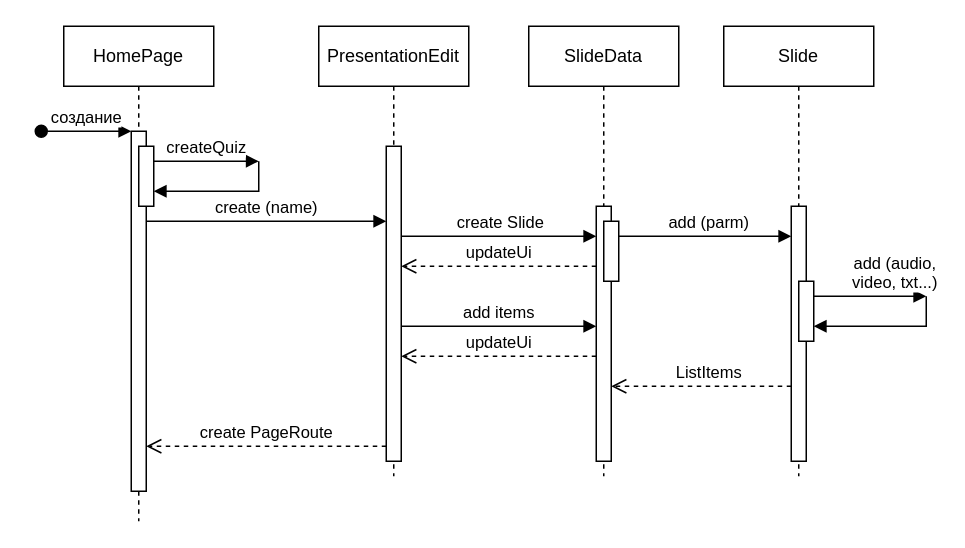
This is диаграмма последовательности_2.drawio from Pib0di/diagramms, a draw.io file, before an edit. Source tidied: cells renumbered, new cells numbered last; positions are measured from the earlier drawing's top-left corner, leaving out a move shared by most shapes. Both pictures are drawn from the tidied source at 150%, with x=0, y=0 at pixel (40, 26).
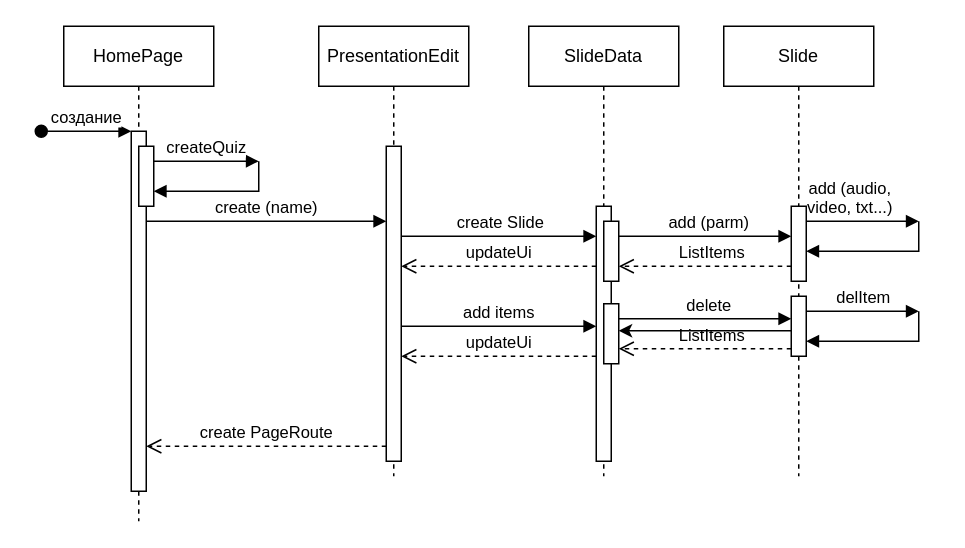
The same diagram, later.

The change refers to these unchanged cells:
```xml
<mxCell id="12" value="SlideData" style="shape=umlLifeline;perimeter=lifelinePerimeter;whiteSpace=wrap;html=1;newEdgeStyle={&quot;edgeStyle&quot;:&quot;elbowEdgeStyle&quot;,&quot;elbow&quot;:&quot;vertical&quot;,&quot;curved&quot;:0,&quot;rounded&quot;:0};" parent="1" vertex="1">
  <mxGeometry x="325" width="100" height="300" as="geometry" />
</mxCell>
<mxCell id="13" style="html=1;points=[];perimeter=orthogonalPerimeter;outlineConnect=0;targetShapes=umlLifeline;portConstraint=eastwest;newEdgeStyle={&quot;edgeStyle&quot;:&quot;elbowEdgeStyle&quot;,&quot;elbow&quot;:&quot;vertical&quot;,&quot;curved&quot;:0,&quot;rounded&quot;:0};" parent="12" vertex="1">
  <mxGeometry x="45" y="120" width="10" height="170" as="geometry" />
</mxCell>
<mxCell id="18" value="Slide" style="shape=umlLifeline;perimeter=lifelinePerimeter;whiteSpace=wrap;html=1;newEdgeStyle={&quot;edgeStyle&quot;:&quot;elbowEdgeStyle&quot;,&quot;elbow&quot;:&quot;vertical&quot;,&quot;curved&quot;:0,&quot;rounded&quot;:0};" parent="1" vertex="1">
  <mxGeometry x="455" width="100" height="300" as="geometry" />
</mxCell>
```

The edit, as a diff of the source:
```diff
@@
+    <mxCell id="26" style="html=1;points=[];perimeter=orthogonalPerimeter;outlineConnect=0;targetShapes=umlLifeline;portConstraint=eastwest;newEdgeStyle={&quot;edgeStyle&quot;:&quot;elbowEdgeStyle&quot;,&quot;elbow&quot;:&quot;vertical&quot;,&quot;curved&quot;:0,&quot;rounded&quot;:0};" parent="12" vertex="1">
+      <mxGeometry x="50" y="185" width="10" height="40" as="geometry" />
+    </mxCell>
+    <mxCell id="27" value="delete" style="html=1;verticalAlign=bottom;endArrow=block;edgeStyle=elbowEdgeStyle;elbow=vertical;curved=0;rounded=0;strokeColor=default;" parent="12" edge="1" source="26">
+      <mxGeometry x="0.04" relative="1" as="geometry">
+        <mxPoint x="175" y="195" as="targetPoint" />
+        <Array as="points">
+          <mxPoint x="90" y="195" />
+          <mxPoint x="90" y="185" />
+          <mxPoint x="100" y="215" />
+          <mxPoint x="140" y="235" />
+          <mxPoint x="100" y="215" />
+          <mxPoint x="70" y="235" />
+        </Array>
+      </mxGeometry>
+    </mxCell>
+    <mxCell id="28" value="ListItems" style="html=1;verticalAlign=bottom;endArrow=open;dashed=1;endSize=8;edgeStyle=elbowEdgeStyle;elbow=vertical;curved=0;rounded=0;" parent="12" edge="1">
+      <mxGeometry x="-0.08" relative="1" as="geometry">
+        <mxPoint x="175" y="215" as="sourcePoint" />
+        <mxPoint x="60" y="215" as="targetPoint" />
+        <Array as="points">
+          <mxPoint x="160" y="215" />
+          <mxPoint x="100" y="265" />
+        </Array>
+      </mxGeometry>
+    </mxCell>
@@
     <mxCell id="19" style="html=1;points=[];perimeter=orthogonalPerimeter;outlineConnect=0;targetShapes=umlLifeline;portConstraint=eastwest;newEdgeStyle={&quot;edgeStyle&quot;:&quot;elbowEdgeStyle&quot;,&quot;elbow&quot;:&quot;vertical&quot;,&quot;curved&quot;:0,&quot;rounded&quot;:0};" parent="18" vertex="1">
-      <mxGeometry x="45" y="120" width="10" height="170" as="geometry" />
+      <mxGeometry x="45" y="120" width="10" height="50" as="geometry" />
     </mxCell>
     <mxCell id="20" style="html=1;points=[];perimeter=orthogonalPerimeter;outlineConnect=0;targetShapes=umlLifeline;portConstraint=eastwest;newEdgeStyle={&quot;edgeStyle&quot;:&quot;elbowEdgeStyle&quot;,&quot;elbow&quot;:&quot;vertical&quot;,&quot;curved&quot;:0,&quot;rounded&quot;:0};" parent="18" vertex="1">
-      <mxGeometry x="50" y="170" width="10" height="40" as="geometry" />
+      <mxGeometry x="45" y="180" width="10" height="40" as="geometry" />
     </mxCell>
-    <mxCell id="21" value="add (audio, &lt;br&gt;video, txt...)" style="html=1;verticalAlign=bottom;endArrow=block;edgeStyle=elbowEdgeStyle;elbow=vertical;curved=0;rounded=0;strokeColor=default;" parent="1" edge="1" source="20">
-      <mxGeometry x="0.43" relative="1" as="geometry">
-        <mxPoint x="590" y="180" as="targetPoint" />
+    <mxCell id="21" value="delItem" style="html=1;verticalAlign=bottom;endArrow=block;edgeStyle=elbowEdgeStyle;elbow=vertical;curved=0;rounded=0;strokeColor=default;" parent="1" edge="1" source="20">
+      <mxGeometry relative="1" as="geometry">
+        <mxPoint x="585" y="190" as="targetPoint" />
         <Array as="points">
+          <mxPoint x="525" y="190" />
           <mxPoint x="550" y="180" />
           <mxPoint x="550" y="170" />
           <mxPoint x="560" y="200" />
           <mxPoint x="600" y="220" />
           <mxPoint x="560" y="200" />
           <mxPoint x="530" y="220" />
         </Array>
       </mxGeometry>
     </mxCell>
     <mxCell id="22" style="html=1;verticalAlign=bottom;endArrow=block;edgeStyle=elbowEdgeStyle;elbow=vertical;curved=0;rounded=0;" parent="1" edge="1" target="20">
       <mxGeometry relative="1" as="geometry">
-        <mxPoint x="590" y="180" as="sourcePoint" />
+        <mxPoint x="585" y="190" as="sourcePoint" />
         <Array as="points">
+          <mxPoint x="525" y="210" />
           <mxPoint x="550" y="200" />
           <mxPoint x="560" y="190" />
           <mxPoint x="590" y="220" />
           <mxPoint x="570" y="210" />
           <mxPoint x="600" y="220" />
           <mxPoint x="570" y="210" />
           <mxPoint x="610" y="230" />
           <mxPoint x="570" y="210" />
           <mxPoint x="540" y="230" />
         </Array>
       </mxGeometry>
     </mxCell>
-    <mxCell id="23" value="ListItems" style="html=1;verticalAlign=bottom;endArrow=open;dashed=1;endSize=8;edgeStyle=elbowEdgeStyle;elbow=vertical;curved=0;rounded=0;" parent="1" edge="1" source="19" target="13">
+    <mxCell id="23" value="ListItems" style="html=1;verticalAlign=bottom;endArrow=open;dashed=1;endSize=8;edgeStyle=elbowEdgeStyle;elbow=vertical;curved=0;rounded=0;" parent="1" edge="1" source="19">
       <mxGeometry x="-0.08" relative="1" as="geometry">
+        <mxPoint x="385" y="160" as="targetPoint" />
         <Array as="points">
-          <mxPoint x="470" y="240" />
+          <mxPoint x="485" y="160" />
           <mxPoint x="425" y="210" />
         </Array>
       </mxGeometry>
     </mxCell>
@@
+    <mxCell id="29" value="add (audio, &lt;br&gt;video, txt...)" style="html=1;verticalAlign=bottom;endArrow=block;edgeStyle=elbowEdgeStyle;elbow=vertical;curved=0;rounded=0;strokeColor=default;" parent="1" edge="1" source="19">
+      <mxGeometry x="-0.22" relative="1" as="geometry">
+        <mxPoint x="585" y="130" as="targetPoint" />
+        <Array as="points">
+          <mxPoint x="520" y="130" />
+          <mxPoint x="545" y="120" />
+          <mxPoint x="545" y="110" />
+          <mxPoint x="555" y="140" />
+          <mxPoint x="595" y="160" />
+          <mxPoint x="555" y="140" />
+          <mxPoint x="525" y="160" />
+        </Array>
+      </mxGeometry>
+    </mxCell>
+    <mxCell id="30" style="html=1;verticalAlign=bottom;endArrow=block;edgeStyle=elbowEdgeStyle;elbow=vertical;curved=0;rounded=0;" parent="1" edge="1" target="19">
+      <mxGeometry relative="1" as="geometry">
+        <mxPoint x="585" y="130" as="sourcePoint" />
+        <Array as="points">
+          <mxPoint x="520" y="150" />
+          <mxPoint x="545" y="140" />
+          <mxPoint x="555" y="130" />
+          <mxPoint x="585" y="160" />
+          <mxPoint x="565" y="150" />
+          <mxPoint x="595" y="160" />
+          <mxPoint x="565" y="150" />
+          <mxPoint x="605" y="170" />
+          <mxPoint x="565" y="150" />
+          <mxPoint x="535" y="170" />
+        </Array>
+      </mxGeometry>
+    </mxCell>
+    <mxCell id="31" style="edgeStyle=elbowEdgeStyle;rounded=0;jettySize=auto;html=1;elbow=vertical;curved=0;" parent="1" edge="1" source="20" target="26">
+      <mxGeometry relative="1" as="geometry" />
+    </mxCell>
```
